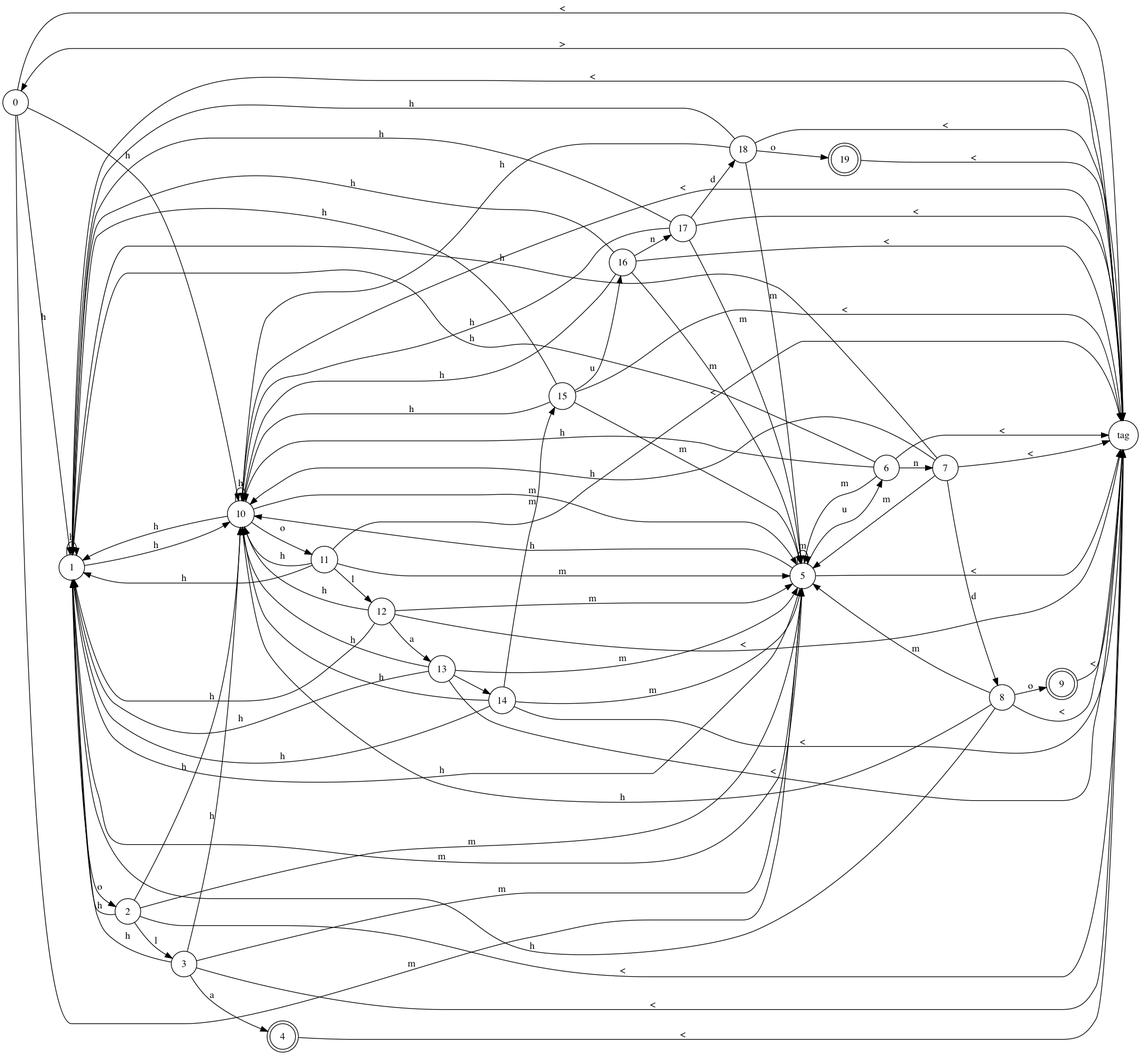
Earlier version of the Graphviz export noDeterminante.png (GdeAchaval/automaton). Its source is kept beside it as noDeterminante.dot.
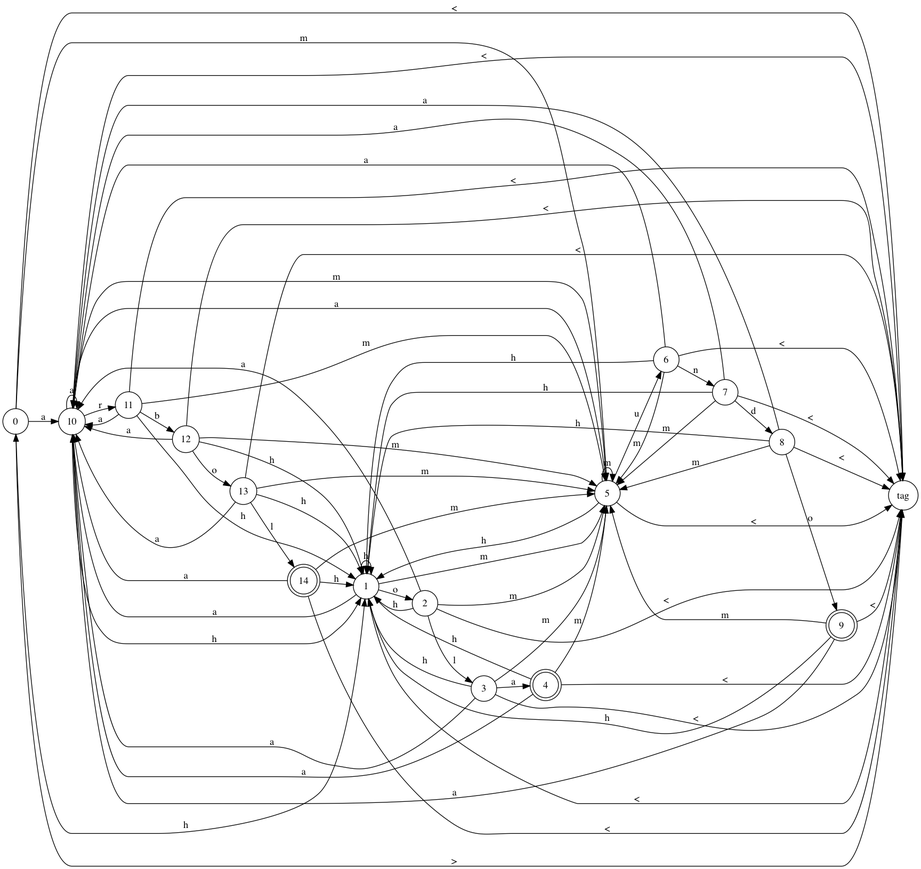
The same file after the commit.

The edit, as a diff of the source:
```diff
@@ -1,113 +1,92 @@
 digraph {
 rankdir = "LR";
 node [shape=circle] Node_0[label="0"];
+node [shape=circle] Node_10[label="10"];
 node [shape=circle] Node_1[label="1"];
-node [shape=circle] Node_10[label="10"];
 node [shape=circle] Node_tag[label="tag"];
 node [shape=circle] Node_5[label="5"];
+node [shape=circle] Node_11[label="11"];
 node [shape=circle] Node_2[label="2"];
-node [shape=circle] Node_11[label="11"];
 node [shape=circle] Node_6[label="6"];
+node [shape=circle] Node_12[label="12"];
 node [shape=circle] Node_3[label="3"];
-node [shape=circle] Node_12[label="12"];
 node [shape=circle] Node_7[label="7"];
+node [shape=circle] Node_13[label="13"];
 node [shape=doublecircle] Node_4[label="4"];
-node [shape=circle] Node_13[label="13"];
 node [shape=circle] Node_8[label="8"];
-node [shape=circle] Node_14[label="14"];
+node [shape=doublecircle] Node_14[label="14"];
 node [shape=doublecircle] Node_9[label="9"];
-node [shape=circle] Node_15[label="15"];
-node [shape=circle] Node_16[label="16"];
-node [shape=circle] Node_17[label="17"];
-node [shape=circle] Node_18[label="18"];
-node [shape=doublecircle] Node_19[label="19"];
 
+Node_0 -> Node_10 [label="a"];
 Node_0 -> Node_1 [label="h"];
-Node_0 -> Node_10 [label="h"];
 Node_0 -> Node_tag [label="<"];
 Node_0 -> Node_5 [label="m"];
+Node_10 -> Node_10 [label="a"];
+Node_10 -> Node_11 [label="r"];
+Node_10 -> Node_1 [label="h"];
+Node_10 -> Node_tag [label="<"];
+Node_10 -> Node_5 [label="m"];
+Node_1 -> Node_10 [label="a"];
 Node_1 -> Node_1 [label="h"];
-Node_1 -> Node_10 [label="h"];
 Node_1 -> Node_tag [label="<"];
 Node_1 -> Node_5 [label="m"];
 Node_1 -> Node_2 [label="o"];
-Node_10 -> Node_1 [label="h"];
-Node_10 -> Node_10 [label="h"];
-Node_10 -> Node_tag [label="<"];
-Node_10 -> Node_5 [label="m"];
-Node_10 -> Node_11 [label="o"];
 Node_tag -> Node_0 [label=">"];
+Node_5 -> Node_10 [label="a"];
 Node_5 -> Node_6 [label="u"];
 Node_5 -> Node_1 [label="h"];
-Node_5 -> Node_10 [label="h"];
 Node_5 -> Node_tag [label="<"];
 Node_5 -> Node_5 [label="m"];
+Node_11 -> Node_10 [label="a"];
+Node_11 -> Node_12 [label="b"];
+Node_11 -> Node_1 [label="h"];
+Node_11 -> Node_tag [label="<"];
+Node_11 -> Node_5 [label="m"];
+Node_2 -> Node_10 [label="a"];
 Node_2 -> Node_1 [label="h"];
-Node_2 -> Node_10 [label="h"];
 Node_2 -> Node_tag [label="<"];
 Node_2 -> Node_3 [label="l"];
 Node_2 -> Node_5 [label="m"];
-Node_11 -> Node_1 [label="h"];
-Node_11 -> Node_10 [label="h"];
-Node_11 -> Node_tag [label="<"];
-Node_11 -> Node_12 [label="l"];
-Node_11 -> Node_5 [label="m"];
+Node_6 -> Node_10 [label="a"];
 Node_6 -> Node_1 [label="h"];
-Node_6 -> Node_10 [label="h"];
 Node_6 -> Node_tag [label="<"];
 Node_6 -> Node_5 [label="m"];
 Node_6 -> Node_7 [label="n"];
+Node_12 -> Node_10 [label="a"];
+Node_12 -> Node_1 [label="h"];
+Node_12 -> Node_tag [label="<"];
+Node_12 -> Node_5 [label="m"];
+Node_12 -> Node_13 [label="o"];
 Node_3 -> Node_4 [label="a"];
+Node_3 -> Node_10 [label="a"];
 Node_3 -> Node_1 [label="h"];
-Node_3 -> Node_10 [label="h"];
 Node_3 -> Node_tag [label="<"];
 Node_3 -> Node_5 [label="m"];
-Node_12 -> Node_13 [label="a"];
-Node_12 -> Node_1 [label="h"];
-Node_12 -> Node_10 [label="h"];
-Node_12 -> Node_tag [label="<"];
-Node_12 -> Node_5 [label="m"];
+Node_7 -> Node_10 [label="a"];
 Node_7 -> Node_8 [label="d"];
 Node_7 -> Node_1 [label="h"];
-Node_7 -> Node_10 [label="h"];
 Node_7 -> Node_tag [label="<"];
 Node_7 -> Node_5 [label="m"];
+Node_13 -> Node_10 [label="a"];
+Node_13 -> Node_1 [label="h"];
+Node_13 -> Node_tag [label="<"];
+Node_13 -> Node_14 [label="l"];
+Node_13 -> Node_5 [label="m"];
+Node_4 -> Node_10 [label="a"];
+Node_4 -> Node_1 [label="h"];
 Node_4 -> Node_tag [label="<"];
-Node_13 -> Node_14 [label=" "];
-Node_13 -> Node_1 [label="h"];
-Node_13 -> Node_10 [label="h"];
-Node_13 -> Node_tag [label="<"];
-Node_13 -> Node_5 [label="m"];
+Node_4 -> Node_5 [label="m"];
+Node_8 -> Node_10 [label="a"];
 Node_8 -> Node_1 [label="h"];
-Node_8 -> Node_10 [label="h"];
 Node_8 -> Node_tag [label="<"];
 Node_8 -> Node_5 [label="m"];
 Node_8 -> Node_9 [label="o"];
+Node_14 -> Node_10 [label="a"];
 Node_14 -> Node_1 [label="h"];
-Node_14 -> Node_10 [label="h"];
 Node_14 -> Node_tag [label="<"];
-Node_14 -> Node_15 [label="m"];
 Node_14 -> Node_5 [label="m"];
+Node_9 -> Node_10 [label="a"];
+Node_9 -> Node_1 [label="h"];
 Node_9 -> Node_tag [label="<"];
-Node_15 -> Node_16 [label="u"];
-Node_15 -> Node_1 [label="h"];
-Node_15 -> Node_10 [label="h"];
-Node_15 -> Node_tag [label="<"];
-Node_15 -> Node_5 [label="m"];
-Node_16 -> Node_1 [label="h"];
-Node_16 -> Node_10 [label="h"];
-Node_16 -> Node_tag [label="<"];
-Node_16 -> Node_5 [label="m"];
-Node_16 -> Node_17 [label="n"];
-Node_17 -> Node_18 [label="d"];
-Node_17 -> Node_1 [label="h"];
-Node_17 -> Node_10 [label="h"];
-Node_17 -> Node_tag [label="<"];
-Node_17 -> Node_5 [label="m"];
-Node_18 -> Node_1 [label="h"];
-Node_18 -> Node_10 [label="h"];
-Node_18 -> Node_tag [label="<"];
-Node_18 -> Node_5 [label="m"];
-Node_18 -> Node_19 [label="o"];
-Node_19 -> Node_tag [label="<"];
+Node_9 -> Node_5 [label="m"];
 }
```
